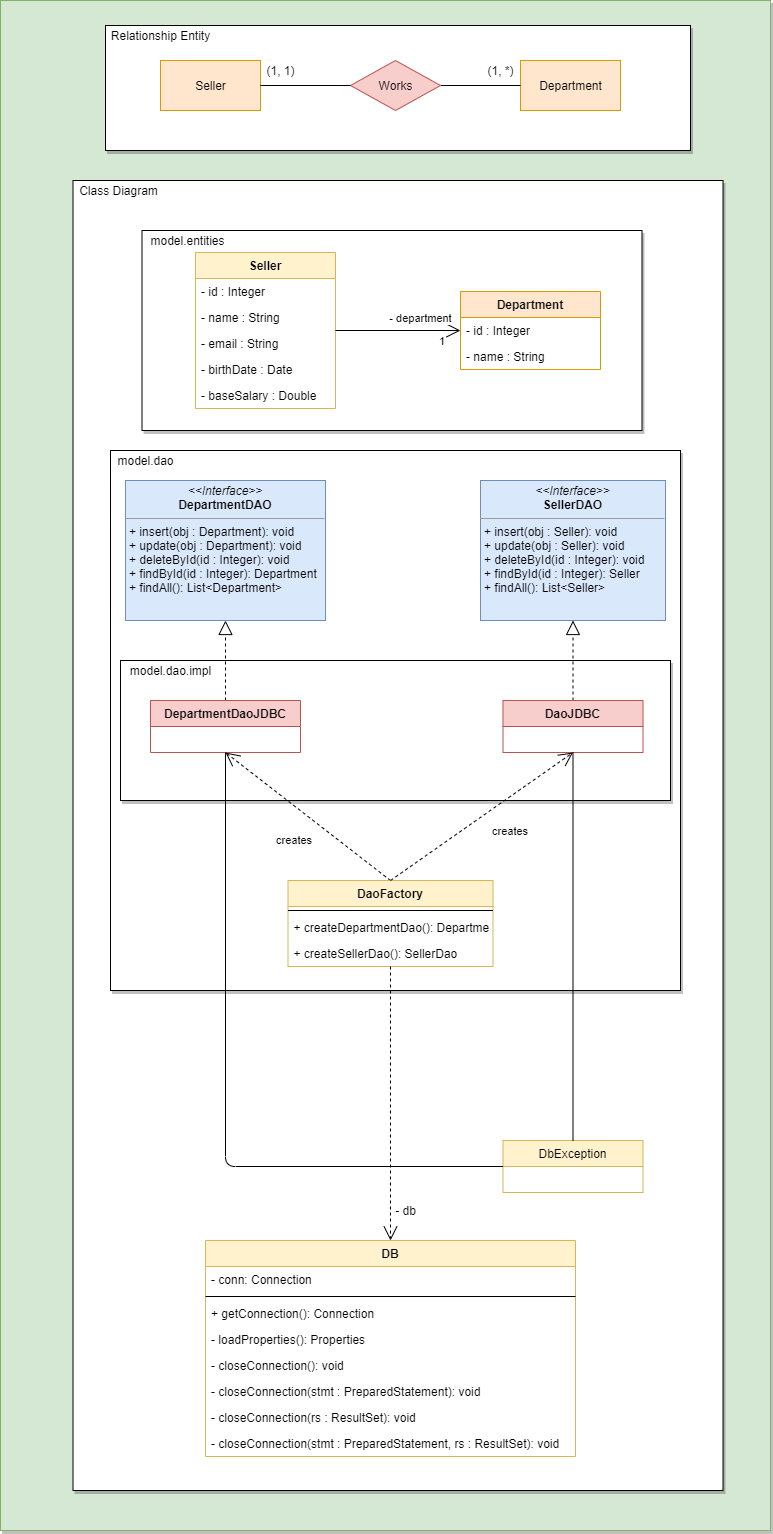
Earlier version of the draw.io export Class_diagram_and_entity_relationship.png (tupiribas/jdbc-dao-demo). Source tidied: cells renumbered, new cells last; positions are measured from the earlier drawing's top-left corner, leaving out a move shared by most shapes.
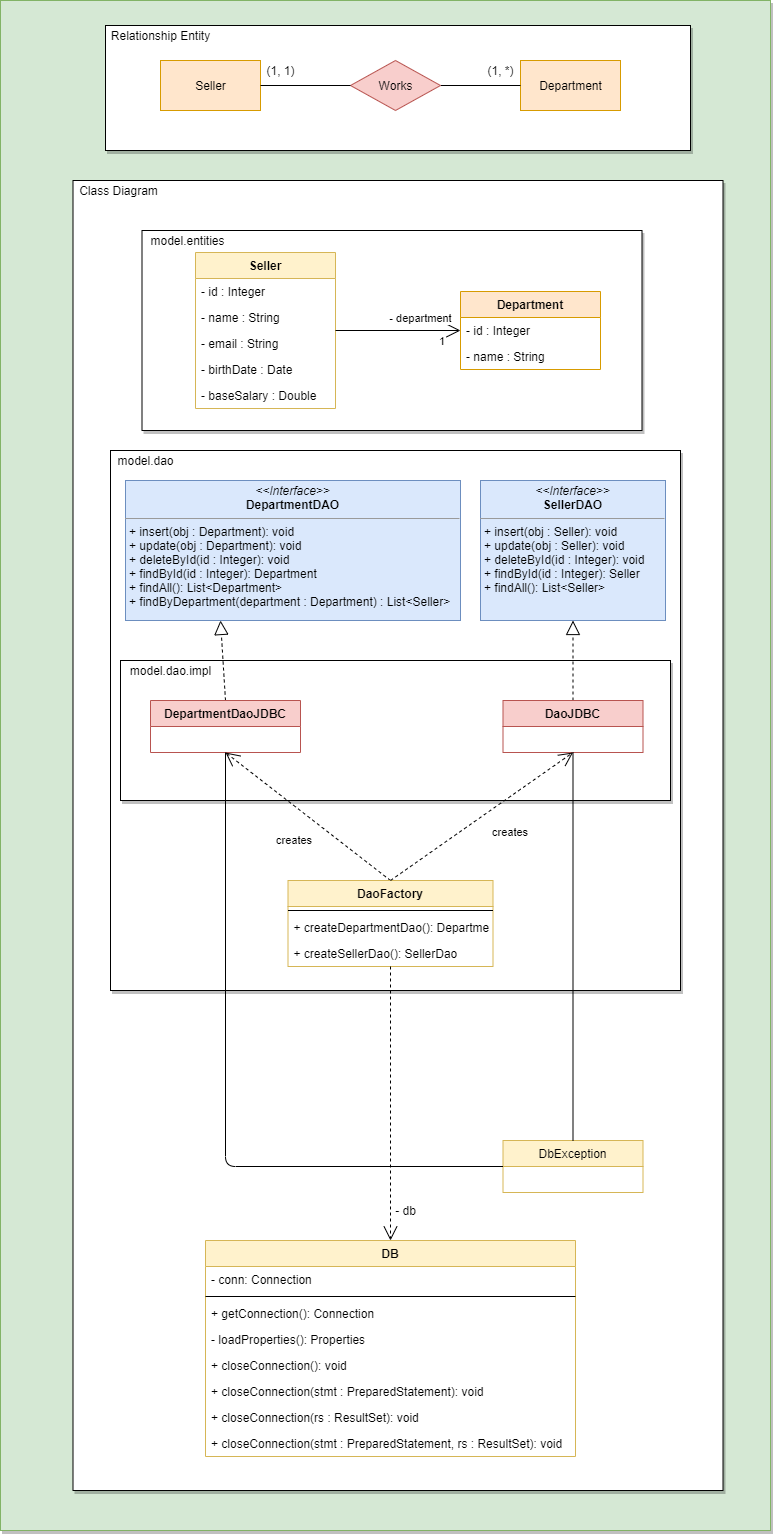
After the change.

Commit message:
making changes to the Class Diagram

Diff of the diagram source:
```diff
@@ -82,14 +82,16 @@
     <mxCell id="27" value="- name : String" style="text;strokeColor=none;fillColor=none;align=left;verticalAlign=top;spacingLeft=4;spacingRight=4;overflow=hidden;" parent="25" vertex="1">
       <mxGeometry y="52" width="140" height="26" as="geometry" />
     </mxCell>
-    <mxCell id="28" value="&lt;p style=&quot;margin: 0px ; margin-top: 4px ; text-align: center&quot;&gt;&lt;i&gt;&amp;lt;&amp;lt;Interface&amp;gt;&amp;gt;&lt;/i&gt;&lt;br&gt;&lt;b&gt;DepartmentDAO&lt;/b&gt;&lt;/p&gt;&lt;hr size=&quot;1&quot;&gt;&lt;p style=&quot;margin: 0px ; margin-left: 4px&quot;&gt;+ insert(obj : Department): void&lt;br&gt;+ update(obj : Department): void&lt;br&gt;&lt;/p&gt;&lt;p style=&quot;margin: 0px ; margin-left: 4px&quot;&gt;+ deleteById(id : Integer): void&lt;br&gt;&lt;/p&gt;&lt;p style=&quot;margin: 0px ; margin-left: 4px&quot;&gt;+ findById(id : Integer): Department&amp;nbsp;&amp;nbsp;&lt;span&gt;&#9;&lt;/span&gt;&lt;/p&gt;&lt;p style=&quot;margin: 0px ; margin-left: 4px&quot;&gt;+ findAll(): List&amp;lt;Department&amp;gt;&lt;br&gt;&lt;/p&gt;" style="verticalAlign=top;align=left;overflow=fill;fontSize=12;fontFamily=Helvetica;html=1;fillColor=#dae8fc;strokeColor=#6c8ebf;" parent="1" vertex="1">
-      <mxGeometry x="125" y="480" width="200" height="140" as="geometry" />
+    <mxCell id="28" value="&lt;p style=&quot;margin: 0px ; margin-top: 4px ; text-align: center&quot;&gt;&lt;i&gt;&amp;lt;&amp;lt;Interface&amp;gt;&amp;gt;&lt;/i&gt;&lt;br&gt;&lt;b&gt;DepartmentDAO&lt;/b&gt;&lt;/p&gt;&lt;hr size=&quot;1&quot;&gt;&lt;p style=&quot;margin: 0px ; margin-left: 4px&quot;&gt;+ insert(obj : Department): void&lt;br&gt;+ update(obj : Department): void&lt;br&gt;&lt;/p&gt;&lt;p style=&quot;margin: 0px ; margin-left: 4px&quot;&gt;+ deleteById(id : Integer): void&lt;br&gt;&lt;/p&gt;&lt;p style=&quot;margin: 0px ; margin-left: 4px&quot;&gt;+ findById(id : Integer): Department&amp;nbsp;&amp;nbsp;&lt;span&gt;&#9;&lt;/span&gt;&lt;/p&gt;&lt;p style=&quot;margin: 0px ; margin-left: 4px&quot;&gt;+ findAll(): List&amp;lt;Department&amp;gt;&lt;br&gt;&lt;/p&gt;&lt;p style=&quot;margin: 0px ; margin-left: 4px&quot;&gt;+ findByDepartment(department : Department) : List&amp;lt;Seller&amp;gt;&lt;/p&gt;" style="verticalAlign=top;align=left;overflow=fill;fontSize=12;fontFamily=Helvetica;html=1;fillColor=#dae8fc;strokeColor=#6c8ebf;" parent="1" vertex="1">
+      <mxGeometry x="125" y="480" width="335" height="140" as="geometry" />
     </mxCell>
     <mxCell id="29" value="&lt;p style=&quot;margin: 0px ; margin-top: 4px ; text-align: center&quot;&gt;&lt;i&gt;&amp;lt;&amp;lt;Interface&amp;gt;&amp;gt;&lt;/i&gt;&lt;br&gt;&lt;b&gt;SellerDAO&lt;/b&gt;&lt;/p&gt;&lt;hr size=&quot;1&quot;&gt;&lt;p style=&quot;margin: 0px ; margin-left: 4px&quot;&gt;+ insert(obj : Seller): void&lt;br&gt;+ update(obj : Seller): void&lt;br&gt;&lt;/p&gt;&lt;p style=&quot;margin: 0px ; margin-left: 4px&quot;&gt;+ deleteById(id : Integer): void&lt;br&gt;&lt;/p&gt;&lt;p style=&quot;margin: 0px ; margin-left: 4px&quot;&gt;+ findById(id : Integer): Seller&lt;/p&gt;&lt;p style=&quot;margin: 0px ; margin-left: 4px&quot;&gt;+ findAll(): List&amp;lt;Seller&amp;gt;&lt;br&gt;&lt;/p&gt;" style="verticalAlign=top;align=left;overflow=fill;fontSize=12;fontFamily=Helvetica;html=1;fillColor=#dae8fc;strokeColor=#6c8ebf;" parent="1" vertex="1">
       <mxGeometry x="480" y="480" width="185" height="140" as="geometry" />
     </mxCell>
-    <mxCell id="30" style="endArrow=block;dashed=1;endFill=0;endSize=12;html=1;align=left;verticalAlign=bottom;entryX=0.5;entryY=1;entryDx=0;entryDy=0;exitX=0.5;exitY=0;exitDx=0;exitDy=0;" parent="1" edge="1" source="32" target="28">
-      <mxGeometry relative="1" as="geometry" />
+    <mxCell id="30" style="endArrow=block;dashed=1;endFill=0;endSize=12;html=1;align=left;verticalAlign=bottom;exitX=0.5;exitY=0;exitDx=0;exitDy=0;" parent="1" edge="1" source="32">
+      <mxGeometry relative="1" as="geometry">
+        <mxPoint x="220" y="620" as="targetPoint" />
+      </mxGeometry>
     </mxCell>
     <mxCell id="31" style="endArrow=block;dashed=1;endFill=0;endSize=12;html=1;align=left;verticalAlign=bottom;entryX=0.5;entryY=1;entryDx=0;entryDy=0;exitX=0.5;exitY=0;exitDx=0;exitDy=0;" parent="1" edge="1" source="33" target="29">
       <mxGeometry relative="1" as="geometry" />
@@ -144,16 +146,16 @@
     <mxCell id="47" value="- loadProperties(): Properties" style="text;strokeColor=none;fillColor=none;align=left;verticalAlign=top;spacingLeft=4;spacingRight=4;overflow=hidden;" parent="43" vertex="1">
       <mxGeometry y="86" width="370" height="26" as="geometry" />
     </mxCell>
-    <mxCell id="48" value="- closeConnection(): void" style="text;strokeColor=none;fillColor=none;align=left;verticalAlign=top;spacingLeft=4;spacingRight=4;overflow=hidden;" parent="43" vertex="1">
+    <mxCell id="48" value="+ closeConnection(): void" style="text;strokeColor=none;fillColor=none;align=left;verticalAlign=top;spacingLeft=4;spacingRight=4;overflow=hidden;" parent="43" vertex="1">
       <mxGeometry y="112" width="370" height="26" as="geometry" />
     </mxCell>
-    <mxCell id="49" value="- closeConnection(stmt : PreparedStatement): void" style="text;strokeColor=none;fillColor=none;align=left;verticalAlign=top;spacingLeft=4;spacingRight=4;overflow=hidden;" parent="43" vertex="1">
+    <mxCell id="49" value="+ closeConnection(stmt : PreparedStatement): void" style="text;strokeColor=none;fillColor=none;align=left;verticalAlign=top;spacingLeft=4;spacingRight=4;overflow=hidden;" parent="43" vertex="1">
       <mxGeometry y="138" width="370" height="26" as="geometry" />
     </mxCell>
-    <mxCell id="50" value="- closeConnection(rs : ResultSet): void" style="text;strokeColor=none;fillColor=none;align=left;verticalAlign=top;spacingLeft=4;spacingRight=4;overflow=hidden;" parent="43" vertex="1">
+    <mxCell id="50" value="+ closeConnection(rs : ResultSet): void" style="text;strokeColor=none;fillColor=none;align=left;verticalAlign=top;spacingLeft=4;spacingRight=4;overflow=hidden;" parent="43" vertex="1">
       <mxGeometry y="164" width="370" height="26" as="geometry" />
     </mxCell>
-    <mxCell id="51" value="- closeConnection(stmt : PreparedStatement, rs : ResultSet): void" style="text;strokeColor=none;fillColor=none;align=left;verticalAlign=top;spacingLeft=4;spacingRight=4;overflow=hidden;" parent="43" vertex="1">
+    <mxCell id="51" value="+ closeConnection(stmt : PreparedStatement, rs : ResultSet): void" style="text;strokeColor=none;fillColor=none;align=left;verticalAlign=top;spacingLeft=4;spacingRight=4;overflow=hidden;" parent="43" vertex="1">
       <mxGeometry y="190" width="370" height="26" as="geometry" />
     </mxCell>
     <mxCell id="52" value="DbException" style="swimlane;fontStyle=0;horizontal=1;startSize=26;fillColor=#fff2cc;strokeColor=#d6b656;" parent="1" vertex="1">
```
